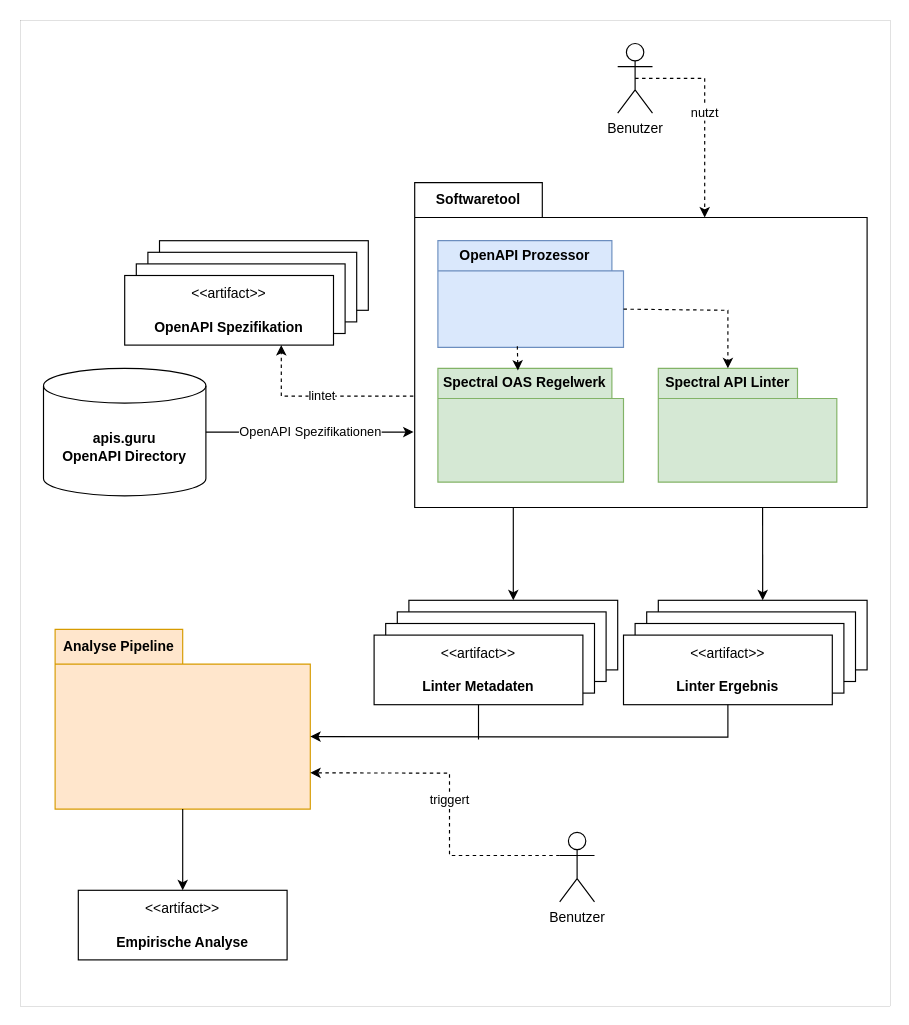
paulbrenker/thesis keeps this draw.io diagram as requirements/diagram/contextview.drawio. Above is the earlier version. Source tidied: cells renumbered, new cells numbered last; positions are measured from the earlier drawing's top-left corner, leaving out a move shared by most shapes. Both pictures are drawn from the tidied source at 116%, with x=0, y=0 at pixel (20, 20).
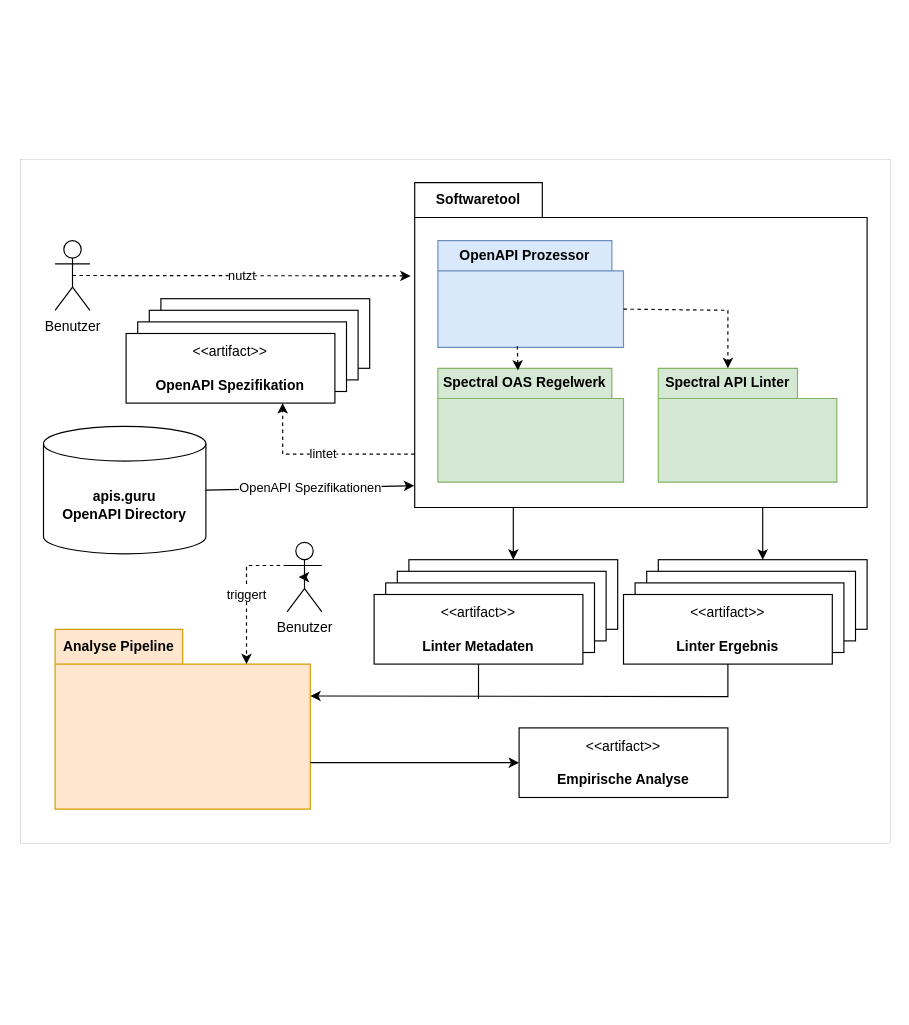
The same diagram, later.

Commit message (it also covers changes not shown here):
compacted contextview

Unchanged cells that the change refers to:
```xml
<mxCell id="3" value="Softwaretool" style="shape=folder;fontStyle=1;tabWidth=110;tabHeight=30;tabPosition=left;html=1;boundedLbl=1;labelInHeader=1;whiteSpace=wrap;" parent="1" vertex="1">
  <mxGeometry x="340" y="140" width="390" height="280" as="geometry" />
</mxCell>
<mxCell id="32" value="Analyse Pipeline" style="shape=folder;fontStyle=1;tabWidth=110;tabHeight=30;tabPosition=left;html=1;boundedLbl=1;labelInHeader=1;whiteSpace=wrap;fillColor=#ffe6cc;strokeColor=#d79b00;" parent="1" vertex="1">
  <mxGeometry x="30" y="525" width="220" height="155" as="geometry" />
</mxCell>
```

Diff of the diagram source:
```diff
@@
     <mxCell id="2" style="rounded=0;whiteSpace=wrap;html=1;strokeColor=default;strokeWidth=0;" parent="1" vertex="1">
-      <mxGeometry width="750" height="850" as="geometry" />
+      <mxGeometry y="120" width="750" height="590" as="geometry" />
     </mxCell>
@@
     <mxCell id="13" value="&lt;b&gt;apis.guru&lt;/b&gt;&lt;div&gt;&lt;b&gt;OpenAPI Directory&lt;/b&gt;&lt;/div&gt;" style="shape=cylinder3;whiteSpace=wrap;html=1;boundedLbl=1;backgroundOutline=1;size=15;" parent="1" vertex="1">
-      <mxGeometry x="20" y="300" width="140" height="110" as="geometry" />
+      <mxGeometry x="20" y="350" width="140" height="110" as="geometry" />
     </mxCell>
     <mxCell id="14" style="rounded=0;whiteSpace=wrap;html=1;" parent="1" vertex="1">
-      <mxGeometry x="120" y="190" width="180" height="60" as="geometry" />
+      <mxGeometry x="121.2" y="240" width="180" height="60" as="geometry" />
     </mxCell>
     <mxCell id="15" style="rounded=0;whiteSpace=wrap;html=1;" parent="1" vertex="1">
-      <mxGeometry x="110" y="200" width="180" height="60" as="geometry" />
+      <mxGeometry x="111.2" y="250" width="180" height="60" as="geometry" />
     </mxCell>
     <mxCell id="16" style="rounded=0;whiteSpace=wrap;html=1;" parent="1" vertex="1">
-      <mxGeometry x="100" y="210" width="180" height="60" as="geometry" />
+      <mxGeometry x="101.2" y="260" width="180" height="60" as="geometry" />
     </mxCell>
     <mxCell id="17" value="&amp;lt;&amp;lt;artifact&amp;gt;&amp;gt;&lt;br&gt;&lt;br&gt;&lt;b&gt;OpenAPI Spezifikation&lt;/b&gt;" style="html=1;align=center;verticalAlign=middle;dashed=0;whiteSpace=wrap;" parent="1" vertex="1">
-      <mxGeometry x="90" y="220" width="180" height="60" as="geometry" />
+      <mxGeometry x="91.2" y="270" width="180" height="60" as="geometry" />
     </mxCell>
     <mxCell id="18" style="rounded=0;whiteSpace=wrap;html=1;" parent="1" vertex="1">
-      <mxGeometry x="550" y="500" width="180" height="60" as="geometry" />
+      <mxGeometry x="550" y="465" width="180" height="60" as="geometry" />
     </mxCell>
     <mxCell id="19" style="rounded=0;whiteSpace=wrap;html=1;" parent="1" vertex="1">
-      <mxGeometry x="540" y="510" width="180" height="60" as="geometry" />
+      <mxGeometry x="540" y="475" width="180" height="60" as="geometry" />
     </mxCell>
     <mxCell id="20" style="rounded=0;whiteSpace=wrap;html=1;" parent="1" vertex="1">
-      <mxGeometry x="530" y="520" width="180" height="60" as="geometry" />
+      <mxGeometry x="530" y="485" width="180" height="60" as="geometry" />
     </mxCell>
     <mxCell id="21" value="&amp;lt;&amp;lt;artifact&amp;gt;&amp;gt;&lt;br&gt;&lt;br&gt;&lt;b&gt;Linter Ergebnis&lt;/b&gt;" style="html=1;align=center;verticalAlign=middle;dashed=0;whiteSpace=wrap;" parent="1" vertex="1">
-      <mxGeometry x="520" y="530" width="180" height="60" as="geometry" />
+      <mxGeometry x="520" y="495" width="180" height="60" as="geometry" />
     </mxCell>
     <mxCell id="22" value="Benutzer&lt;div&gt;&lt;br&gt;&lt;/div&gt;" style="shape=umlActor;verticalLabelPosition=bottom;verticalAlign=top;html=1;outlineConnect=0;" parent="1" vertex="1">
-      <mxGeometry x="515" y="20" width="30" height="60" as="geometry" />
+      <mxGeometry x="30" y="190" width="30" height="60" as="geometry" />
     </mxCell>
-    <mxCell id="23" value="OpenAPI Spezifikationen" style="endArrow=classic;html=1;rounded=0;exitX=1;exitY=0.5;exitDx=0;exitDy=0;exitPerimeter=0;" parent="1" edge="1" source="13">
-      <mxGeometry relative="1" as="geometry">
-        <mxPoint x="339" y="355" as="targetPoint" />
-      </mxGeometry>
+    <mxCell id="23" value="OpenAPI Spezifikationen" style="endArrow=classic;html=1;rounded=0;exitX=1;exitY=0.5;exitDx=0;exitDy=0;exitPerimeter=0;entryX=-0.001;entryY=0.933;entryDx=0;entryDy=0;entryPerimeter=0;" parent="1" edge="1" source="13" target="3">
+      <mxGeometry relative="1" as="geometry" />
     </mxCell>
-    <mxCell id="24" value="lintet" style="endArrow=classic;html=1;rounded=0;entryX=0.75;entryY=1;entryDx=0;entryDy=0;exitX=-0.003;exitY=0.657;exitDx=0;exitDy=0;exitPerimeter=0;dashed=1;" parent="1" edge="1" source="3" target="17">
+    <mxCell id="24" value="lintet" style="endArrow=classic;html=1;rounded=0;entryX=0.75;entryY=1;entryDx=0;entryDy=0;exitX=-0.003;exitY=0.657;exitDx=0;exitDy=0;exitPerimeter=0;dashed=1;" parent="1" edge="1" target="17">
       <mxGeometry relative="1" as="geometry">
+        <mxPoint x="340" y="374" as="sourcePoint" />
         <Array as="points">
-          <mxPoint x="225" y="324" />
+          <mxPoint x="226.2" y="374" />
         </Array>
       </mxGeometry>
     </mxCell>
-    <mxCell id="25" style="endArrow=classic;html=1;rounded=0;entryX=0.5;entryY=0;entryDx=0;entryDy=0;exitX=0.769;exitY=1;exitDx=0;exitDy=0;exitPerimeter=0;" parent="1" edge="1" source="3" target="18">
-      <mxGeometry relative="1" as="geometry" />
+    <mxCell id="25" style="endArrow=classic;html=1;rounded=0;entryX=0.5;entryY=0;entryDx=0;entryDy=0;" parent="1" edge="1" target="18">
+      <mxGeometry relative="1" as="geometry">
+        <mxPoint x="640" y="420" as="sourcePoint" />
+      </mxGeometry>
     </mxCell>
-    <mxCell id="26" value="nutzt" style="endArrow=classic;html=1;rounded=0;entryX=0;entryY=0;entryDx=250;entryDy=30;entryPerimeter=0;exitX=0.5;exitY=0.5;exitDx=0;exitDy=0;exitPerimeter=0;dashed=1;" parent="1" edge="1" source="22" target="3">
-      <mxGeometry relative="1" as="geometry">
-        <Array as="points">
-          <mxPoint x="590" y="50" />
-        </Array>
-      </mxGeometry>
+    <mxCell id="26" value="nutzt" style="endArrow=classic;html=1;rounded=0;entryX=-0.009;entryY=0.287;entryDx=0;entryDy=0;entryPerimeter=0;exitX=0.5;exitY=0.5;exitDx=0;exitDy=0;exitPerimeter=0;dashed=1;" parent="1" edge="1" source="22" target="3">
+      <mxGeometry relative="1" as="geometry" />
     </mxCell>
     <mxCell id="27" style="rounded=0;whiteSpace=wrap;html=1;" parent="1" vertex="1">
-      <mxGeometry x="335" y="500" width="180" height="60" as="geometry" />
+      <mxGeometry x="335" y="465" width="180" height="60" as="geometry" />
     </mxCell>
     <mxCell id="28" style="rounded=0;whiteSpace=wrap;html=1;" parent="1" vertex="1">
-      <mxGeometry x="325" y="510" width="180" height="60" as="geometry" />
+      <mxGeometry x="325" y="475" width="180" height="60" as="geometry" />
     </mxCell>
     <mxCell id="29" style="rounded=0;whiteSpace=wrap;html=1;" parent="1" vertex="1">
-      <mxGeometry x="315" y="520" width="180" height="60" as="geometry" />
+      <mxGeometry x="315" y="485" width="180" height="60" as="geometry" />
     </mxCell>
     <mxCell id="30" value="&amp;lt;&amp;lt;artifact&amp;gt;&amp;gt;&lt;br&gt;&lt;br&gt;&lt;b&gt;Linter Metadaten&lt;/b&gt;" style="html=1;align=center;verticalAlign=middle;dashed=0;whiteSpace=wrap;" parent="1" vertex="1">
-      <mxGeometry x="305" y="530" width="180" height="60" as="geometry" />
+      <mxGeometry x="305" y="495" width="180" height="60" as="geometry" />
     </mxCell>
@@
-    <mxCell id="34" style="endArrow=classic;html=1;rounded=0;entryX=0;entryY=0;entryDx=220;entryDy=92.5;entryPerimeter=0;exitX=0.5;exitY=1;exitDx=0;exitDy=0;" parent="1" edge="1" source="21" target="32">
+    <mxCell id="34" style="endArrow=classic;html=1;rounded=0;entryX=0;entryY=0;entryDx=220;entryDy=92.5;entryPerimeter=0;exitX=0.5;exitY=1;exitDx=0;exitDy=0;" parent="1" edge="1" source="21">
       <mxGeometry relative="1" as="geometry">
+        <mxPoint x="250" y="582.5" as="targetPoint" />
         <Array as="points">
-          <mxPoint x="610" y="618" />
+          <mxPoint x="610" y="583" />
         </Array>
       </mxGeometry>
     </mxCell>
     <mxCell id="35" style="endArrow=none;html=1;rounded=0;entryX=0.5;entryY=1;entryDx=0;entryDy=0;" parent="1" edge="1" target="30">
       <mxGeometry relative="1" as="geometry">
-        <mxPoint x="395" y="620" as="sourcePoint" />
+        <mxPoint x="395" y="585" as="sourcePoint" />
       </mxGeometry>
     </mxCell>
     <mxCell id="36" value="&amp;lt;&amp;lt;artifact&amp;gt;&amp;gt;&lt;br&gt;&lt;br&gt;&lt;b&gt;Empirische Analyse&lt;/b&gt;" style="html=1;align=center;verticalAlign=middle;dashed=0;whiteSpace=wrap;" parent="1" vertex="1">
-      <mxGeometry x="50" y="750" width="180" height="60" as="geometry" />
+      <mxGeometry x="430" y="610" width="180" height="60" as="geometry" />
     </mxCell>
-    <mxCell id="37" style="endArrow=classic;html=1;rounded=0;exitX=0.5;exitY=1;exitDx=0;exitDy=0;exitPerimeter=0;entryX=0.5;entryY=0;entryDx=0;entryDy=0;" parent="1" edge="1" source="32" target="36">
-      <mxGeometry relative="1" as="geometry" />
+    <mxCell id="37" style="endArrow=classic;html=1;rounded=0;entryX=0;entryY=0.5;entryDx=0;entryDy=0;" parent="1" edge="1" target="36">
+      <mxGeometry relative="1" as="geometry">
+        <mxPoint x="250" y="640" as="sourcePoint" />
+      </mxGeometry>
     </mxCell>
+    <mxCell id="40" style="edgeStyle=none;html=1;exitX=0.5;exitY=0.5;exitDx=0;exitDy=0;exitPerimeter=0;" parent="1" edge="1" source="38">
+      <mxGeometry relative="1" as="geometry">
+        <mxPoint x="240" y="480" as="targetPoint" />
+      </mxGeometry>
+    </mxCell>
     <mxCell id="38" value="Benutzer&lt;div&gt;&lt;br&gt;&lt;/div&gt;" style="shape=umlActor;verticalLabelPosition=bottom;verticalAlign=top;html=1;outlineConnect=0;" parent="1" vertex="1">
-      <mxGeometry x="465" y="700" width="30" height="60" as="geometry" />
+      <mxGeometry x="230" y="450" width="30" height="60" as="geometry" />
     </mxCell>
-    <mxCell id="39" value="triggert" style="endArrow=classic;html=1;rounded=0;entryX=0;entryY=0;entryDx=220;entryDy=123.75;entryPerimeter=0;exitX=0;exitY=0.3333333333333333;exitDx=0;exitDy=0;exitPerimeter=0;dashed=1;" parent="1" edge="1" source="38" target="32">
+    <mxCell id="39" value="triggert" style="endArrow=classic;html=1;rounded=0;entryX=0;entryY=0;entryDx=165;entryDy=30;entryPerimeter=0;exitX=0;exitY=0.3333333333333333;exitDx=0;exitDy=0;exitPerimeter=0;dashed=1;" parent="1" edge="1" source="38" target="32">
       <mxGeometry relative="1" as="geometry">
         <Array as="points">
-          <mxPoint x="370" y="720" />
-          <mxPoint x="370" y="649" />
+          <mxPoint x="195" y="470" />
         </Array>
       </mxGeometry>
     </mxCell>
```
